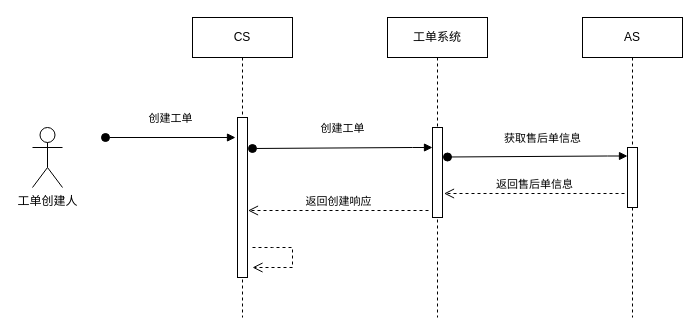
Before: 未命名绘图.drawio in kong0827/images, a draw.io diagram. Source tidied: cells renumbered, new cells numbered last; positions are measured from the earlier drawing's top-left corner, leaving out a move shared by most shapes. Both pictures are drawn from the tidied source at 100%, with x=0, y=0 at pixel (32, 17).
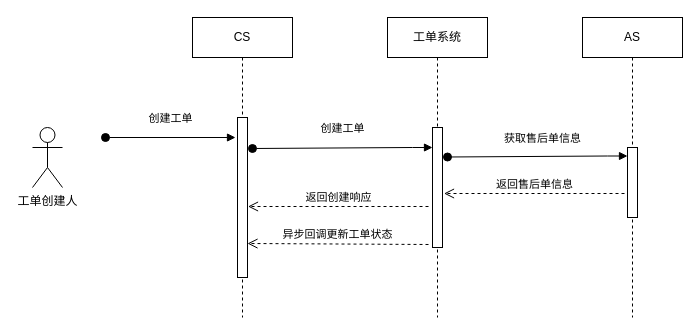
The same diagram, later.

Commit message:
更新未命名绘图.drawio

The change refers to these unchanged cells:
```xml
<mxCell id="2" value="CS" style="shape=umlLifeline;perimeter=lifelinePerimeter;whiteSpace=wrap;html=1;" parent="1" vertex="1">
  <mxGeometry x="160" width="100" height="300" as="geometry" />
</mxCell>
<mxCell id="5" value="工单系统" style="shape=umlLifeline;perimeter=lifelinePerimeter;whiteSpace=wrap;html=1;" parent="1" vertex="1">
  <mxGeometry x="355" width="100" height="300" as="geometry" />
</mxCell>
<mxCell id="11" value="AS" style="shape=umlLifeline;perimeter=lifelinePerimeter;whiteSpace=wrap;html=1;" parent="1" vertex="1">
  <mxGeometry x="550" width="100" height="300" as="geometry" />
</mxCell>
```

The edit, as a diff of the source:
```diff
@@
-    <mxCell id="4" style="html=1;verticalAlign=bottom;endArrow=open;dashed=1;endSize=8;rounded=0;elbow=vertical;jumpSize=10;" parent="2" edge="1">
-      <mxGeometry relative="1" as="geometry">
-        <mxPoint x="60" y="230" as="sourcePoint" />
-        <mxPoint x="60" y="250" as="targetPoint" />
-        <Array as="points">
-          <mxPoint x="80" y="230" />
-          <mxPoint x="100" y="230" />
-          <mxPoint x="100" y="250" />
-        </Array>
-      </mxGeometry>
-    </mxCell>
+    <mxCell id="15" value="异步回调更新工单状态" style="html=1;verticalAlign=bottom;endArrow=open;dashed=1;endSize=8;rounded=0;exitX=-0.4;exitY=0.925;exitDx=0;exitDy=0;exitPerimeter=0;" parent="2" edge="1">
+      <mxGeometry relative="1" as="geometry">
+        <mxPoint x="236" y="227" as="sourcePoint" />
+        <mxPoint x="55" y="226" as="targetPoint" />
+      </mxGeometry>
+    </mxCell>
@@
     <mxCell id="6" style="html=1;perimeter=orthogonalPerimeter;" parent="5" vertex="1">
-      <mxGeometry x="45" y="110" width="10" height="90" as="geometry" />
+      <mxGeometry x="45" y="110" width="10" height="120" as="geometry" />
     </mxCell>
@@
     <mxCell id="10" value="返回创建响应" style="html=1;verticalAlign=bottom;endArrow=open;dashed=1;endSize=8;rounded=0;" parent="1" edge="1">
       <mxGeometry relative="1" as="geometry">
-        <mxPoint x="396" y="193" as="sourcePoint" />
-        <mxPoint x="215.5" y="193" as="targetPoint" />
+        <mxPoint x="396" y="189" as="sourcePoint" />
+        <mxPoint x="215.5" y="189" as="targetPoint" />
       </mxGeometry>
     </mxCell>
@@
     <mxCell id="12" style="html=1;perimeter=orthogonalPerimeter;" parent="11" vertex="1">
-      <mxGeometry x="45" y="130" width="10" height="60" as="geometry" />
+      <mxGeometry x="45" y="130" width="10" height="70" as="geometry" />
     </mxCell>
```
